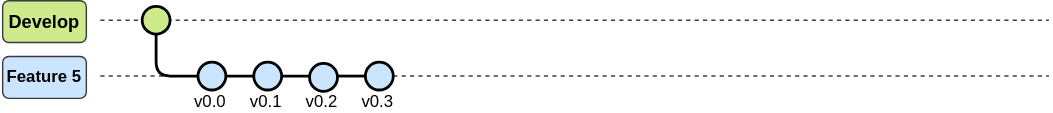
Before: 03_ImagenesRepo/Image_readme.svg, a diagram exported from draw.io (LEOSZ8/Tesis_Msc_LSZ). Source tidied: cells renumbered, new cells last; positions are measured from the earlier drawing's top-left corner, leaving out a move shared by most shapes.
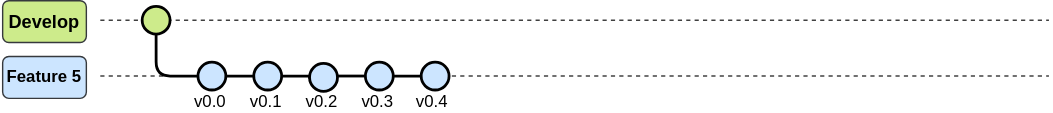
The same diagram one commit later.

Diff of the diagram source:
```diff
@@ -58,11 +58,20 @@
     <mxCell id="16" value="v0.2" style="text;html=1;align=center;verticalAlign=middle;whiteSpace=wrap;rounded=0;" parent="1" vertex="1">
       <mxGeometry x="214" y="67" width="30" height="12" as="geometry" />
     </mxCell>
+    <mxCell id="19" style="edgeStyle=orthogonalEdgeStyle;rounded=0;jettySize=auto;html=1;endArrow=none;startFill=0;strokeWidth=2;" parent="1" edge="1" source="17" target="20">
+      <mxGeometry relative="1" as="geometry" />
+    </mxCell>
     <mxCell id="17" style="ellipse;whiteSpace=wrap;html=1;fillColor=#cce5ff;strokeColor=#000000;strokeWidth=2;" parent="1" vertex="1">
       <mxGeometry x="260" y="44" width="20" height="20" as="geometry" />
     </mxCell>
     <mxCell id="18" value="v0.3" style="text;html=1;align=center;verticalAlign=middle;whiteSpace=wrap;rounded=0;" parent="1" vertex="1">
       <mxGeometry x="254" y="67" width="30" height="12" as="geometry" />
     </mxCell>
+    <mxCell id="20" style="ellipse;whiteSpace=wrap;html=1;fillColor=#cce5ff;strokeColor=#000000;strokeWidth=2;" parent="1" vertex="1">
+      <mxGeometry x="300" y="44" width="20" height="20" as="geometry" />
+    </mxCell>
+    <mxCell id="21" value="v0.4" style="text;html=1;align=center;verticalAlign=middle;whiteSpace=wrap;rounded=0;" parent="1" vertex="1">
+      <mxGeometry x="293" y="67" width="30" height="12" as="geometry" />
+    </mxCell>
   </root>
 </mxGraphModel>
```
